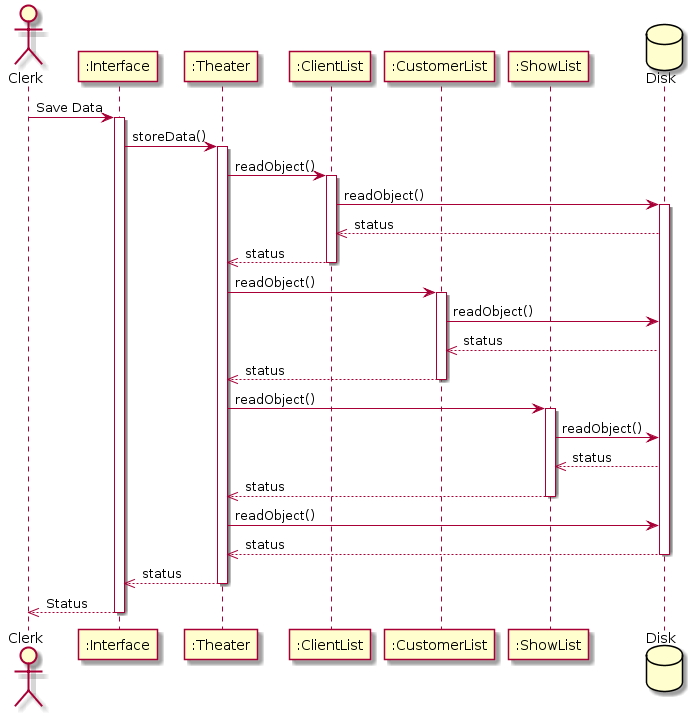
FreezeWarp/372Groupwork keeps this PlantUML diagram as src/SequenceDiagrams/LoadState.png. Above is the earlier version.
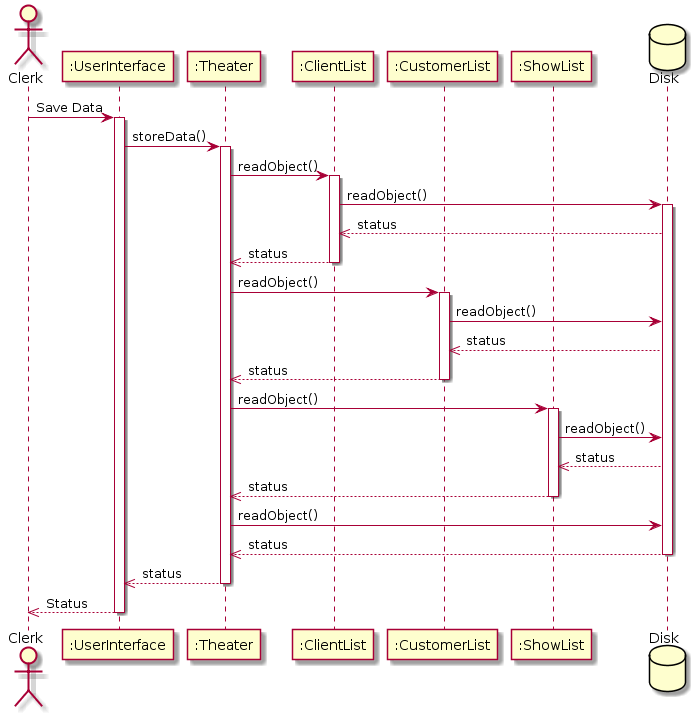
After the commit.

Diff of the diagram source:
```diff
@@ -1,17 +1,17 @@
 @startuml
 
 actor Clerk
-participant ":Interface"
+participant ":UserInterface"
 participant ":Theater"
 participant ":ClientList"
 participant ":CustomerList"
 participant ":ShowList"
 database Disk
 
-Clerk -> ":Interface" : Save Data
-activate ":Interface"
+Clerk -> ":UserInterface" : Save Data
+activate ":UserInterface"
 
-":Interface" -> ":Theater" : storeData()
+":UserInterface" -> ":Theater" : storeData()
 activate ":Theater"
 
 ":Theater" -> ":ClientList": readObject()
@@ -41,11 +41,11 @@
 
 deactivate Disk
 
-":Theater" -->> ":Interface": status
+":Theater" -->> ":UserInterface": status
 deactivate ":Theater"
 
-":Interface" -->> Clerk: Status
-deactivate ":Interface"
+":UserInterface" -->> Clerk: Status
+deactivate ":UserInterface"
 deactivate Clerk
 
 @enduml
```
